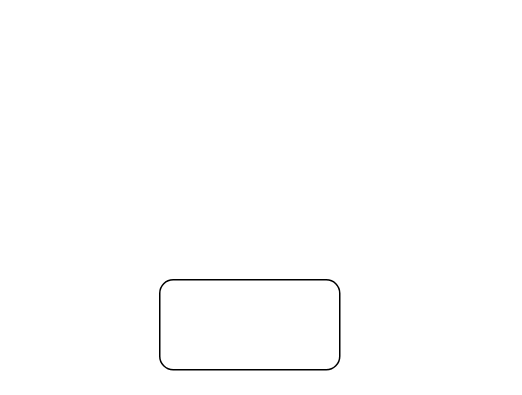
The draw.io diagram 草稿.drawio in ForestLH/imghost, before the edit. Source tidied: cells renumbered, new cells numbered last; positions are measured from the earlier drawing's top-left corner, leaving out a move shared by most shapes. Both pictures are drawn from the tidied source at 150%, with x=0, y=0 at pixel (159, 279).
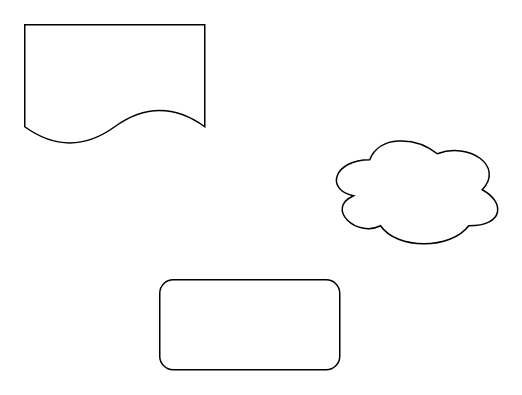
After the change.

Diff of the diagram source:
```diff
@@
 <mxGraphModel>
   <root>
     <mxCell id="0" />
     <mxCell id="1" parent="0" />
     <mxCell id="2" style="rounded=1;whiteSpace=wrap;html=1;" parent="1" vertex="1">
       <mxGeometry width="120" height="60" as="geometry" />
     </mxCell>
+    <mxCell id="3" style="ellipse;shape=cloud;whiteSpace=wrap;html=1;" parent="1" vertex="1">
+      <mxGeometry x="110" y="-100" width="120" height="80" as="geometry" />
+    </mxCell>
+    <mxCell id="4" style="shape=document;whiteSpace=wrap;html=1;boundedLbl=1;" parent="1" vertex="1">
+      <mxGeometry x="-90" y="-170" width="120" height="80" as="geometry" />
+    </mxCell>
   </root>
 </mxGraphModel>
```
